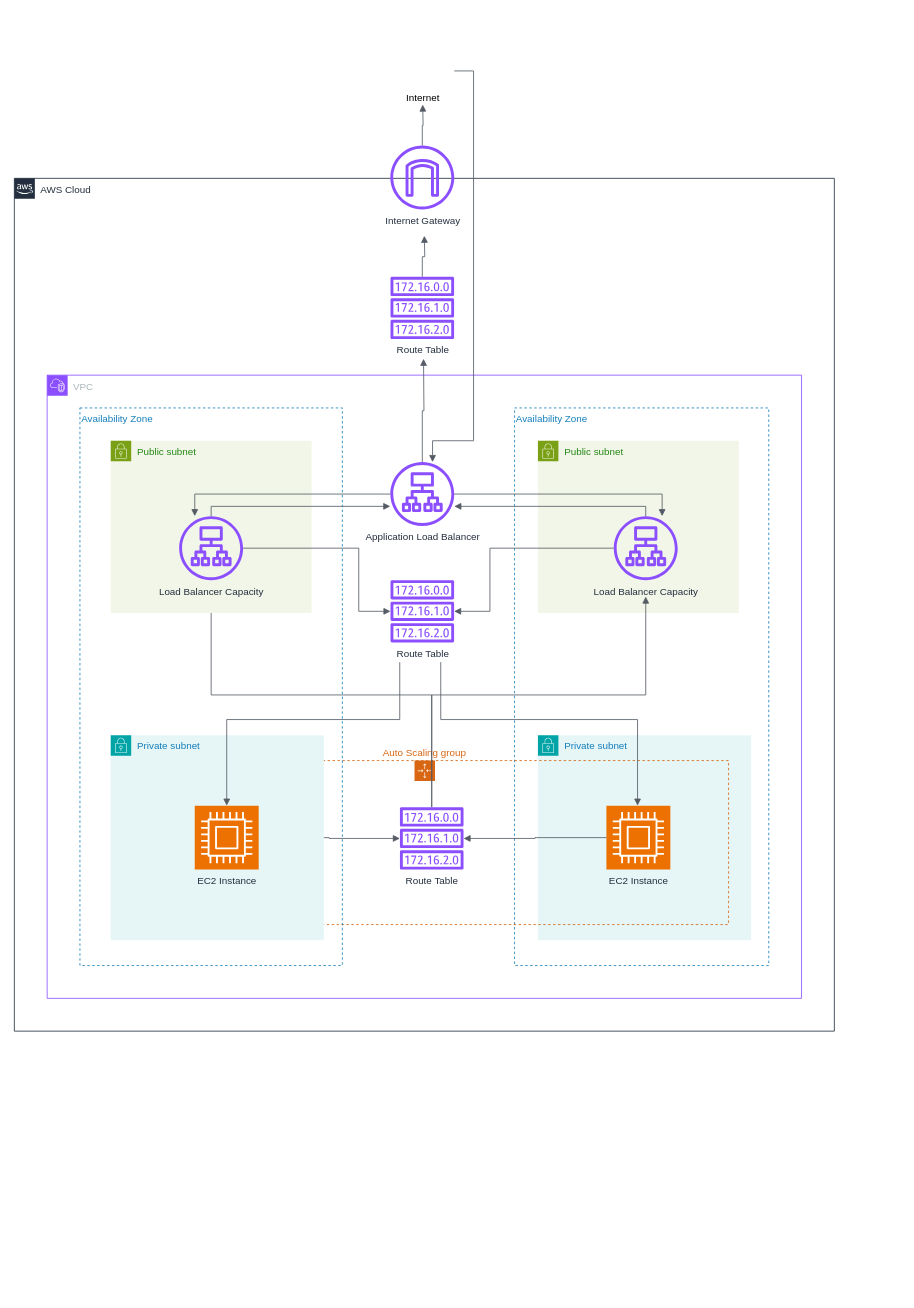
Earlier version of the draw.io diagram asg.drawio (ianlshaw/devops-showcase). Source tidied: cells renumbered, new cells numbered last; positions are measured from the earlier drawing's top-left corner, leaving out a move shared by most shapes. Both pictures are drawn from the tidied source at 82%, with x=0, y=0 at pixel (14, 22).
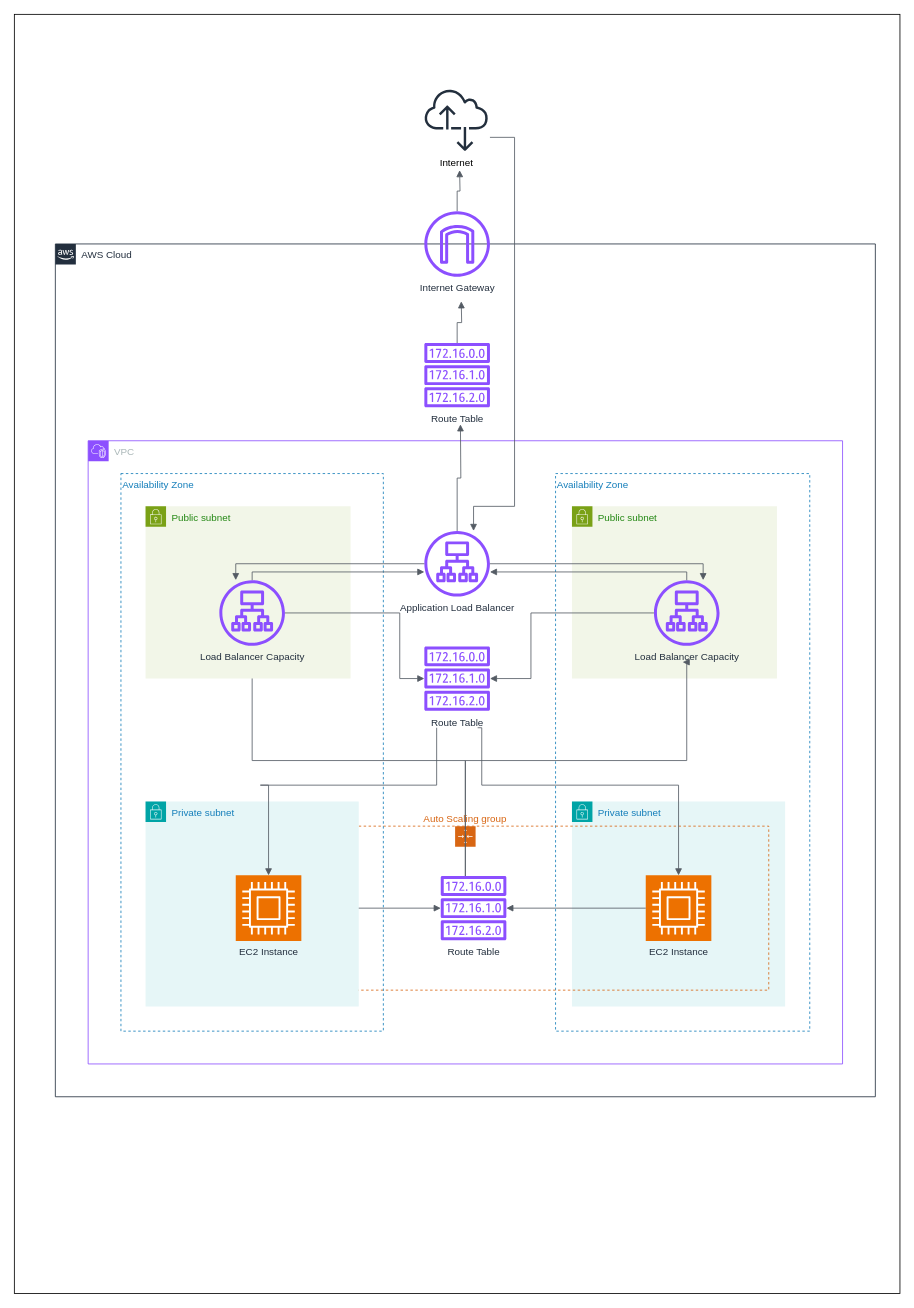
The same page after the edit.

What changed in the source:
```diff
@@
-<mxGraphModel background="light-dark(#FFFFFF,#F4F4F4)">
+<mxGraphModel background="light-dark(#FFFFFF,#D5D5D5)">
@@
+    <mxCell id="37" style="rounded=0;whiteSpace=wrap;html=1;fillColor=light-dark(#FFFFFF,#FFFFFF);" parent="1" vertex="1">
+      <mxGeometry y="-10" width="1080" height="1560" as="geometry" />
+    </mxCell>
     <mxCell id="2" value="Availability Zone" style="fillColor=none;strokeColor=#147EBA;dashed=1;verticalAlign=top;fontStyle=0;fontColor=#147EBA;whiteSpace=wrap;html=1;align=left;" parent="1" vertex="1">
-      <mxGeometry x="610" y="470" width="310" height="680" as="geometry" />
+      <mxGeometry x="660" y="550" width="310" height="680" as="geometry" />
     </mxCell>
     <mxCell id="3" value="AWS Cloud" style="gradientColor=none;html=1;whiteSpace=wrap;fontSize=12;fontStyle=0;shape=mxgraph.aws4.group;grIcon=mxgraph.aws4.group_aws_cloud_alt;strokeColor=light-dark(#232F3E,#2E3034);fillColor=none;verticalAlign=top;align=left;spacingLeft=30;fontColor=light-dark(#232F3E,#060606);dashed=0;" parent="1" vertex="1">
-      <mxGeometry y="190" width="1000" height="1040" as="geometry" />
+      <mxGeometry x="50" y="270" width="1000" height="1040" as="geometry" />
     </mxCell>
-    <mxCell id="4" value="Internet" style="sketch=0;outlineConnect=0;dashed=0;verticalLabelPosition=bottom;verticalAlign=top;align=center;html=1;fontSize=12;fontStyle=0;shape=mxgraph.aws4.internet_alt2;fontColor=light-dark(#000000,#060606);" parent="1" vertex="1">
-      <mxGeometry x="458.5" width="78" height="78" as="geometry" />
-    </mxCell>
     <mxCell id="5" value="VPC" style="gradientColor=none;html=1;whiteSpace=wrap;fontSize=12;fontStyle=0;shape=mxgraph.aws4.group;grIcon=mxgraph.aws4.group_vpc2;strokeColor=#8C4FFF;fillColor=none;verticalAlign=top;align=left;spacingLeft=30;fontColor=#AAB7B8;dashed=0;" parent="1" vertex="1">
-      <mxGeometry x="40" y="430" width="920" height="760" as="geometry" />
+      <mxGeometry x="90" y="510" width="920" height="760" as="geometry" />
     </mxCell>
     <mxCell id="6" value="Private subnet" style="gradientColor=none;html=1;whiteSpace=wrap;fontSize=12;fontStyle=0;shape=mxgraph.aws4.group;grIcon=mxgraph.aws4.group_security_group;grStroke=0;strokeColor=#00A4A6;fillColor=#E6F6F7;verticalAlign=top;align=left;spacingLeft=30;fontColor=#147EBA;dashed=0;" parent="1" vertex="1">
-      <mxGeometry x="638.5" y="869" width="260" height="250" as="geometry" />
+      <mxGeometry x="680" y="950" width="260" height="250" as="geometry" />
     </mxCell>
     <mxCell id="7" value="Auto Scaling group" style="gradientColor=none;html=1;whiteSpace=wrap;fontSize=12;fontStyle=0;shape=mxgraph.aws4.groupCenter;grIcon=mxgraph.aws4.group_auto_scaling_group;grStroke=1;strokeColor=#D86613;fillColor=none;verticalAlign=bottom;align=center;fontColor=#D86613;dashed=1;spacingTop=25;labelPosition=center;verticalLabelPosition=top;" parent="1" vertex="1">
-      <mxGeometry x="130" y="900" width="741" height="200" as="geometry" />
+      <mxGeometry x="180" y="980" width="740" height="200" as="geometry" />
     </mxCell>
     <mxCell id="8" value="Public subnet" style="gradientColor=none;html=1;whiteSpace=wrap;fontSize=12;fontStyle=0;shape=mxgraph.aws4.group;grIcon=mxgraph.aws4.group_security_group;grStroke=0;strokeColor=#7AA116;fillColor=#F2F6E8;verticalAlign=top;align=left;spacingLeft=30;fontColor=#248814;dashed=0;" parent="1" vertex="1">
-      <mxGeometry x="638.5" y="510" width="245" height="210" as="geometry" />
+      <mxGeometry x="680" y="590" width="250" height="210" as="geometry" />
     </mxCell>
     <mxCell id="9" value="Route Table" style="sketch=0;outlineConnect=0;fontColor=light-dark(#232F3E,#010101);gradientColor=none;fillColor=#8C4FFF;strokeColor=none;dashed=0;verticalLabelPosition=bottom;verticalAlign=top;align=center;html=1;fontSize=12;fontStyle=0;shape=mxgraph.aws4.route_table;" parent="1" vertex="1">
-      <mxGeometry x="458.5" y="310" width="78" height="76" as="geometry" />
+      <mxGeometry x="500" y="390" width="80" height="80" as="geometry" />
     </mxCell>
     <mxCell id="10" style="edgeStyle=orthogonalEdgeStyle;html=1;endArrow=none;elbow=vertical;startArrow=block;startFill=1;strokeColor=light-dark(#545B64,#DD0505);rounded=0;" parent="1" edge="1" target="22">
       <mxGeometry relative="1" as="geometry">
-        <mxPoint x="498" y="100" as="sourcePoint" />
+        <mxPoint x="543" y="180" as="sourcePoint" />
       </mxGeometry>
     </mxCell>
     <mxCell id="11" style="edgeStyle=orthogonalEdgeStyle;html=1;endArrow=block;elbow=vertical;startArrow=none;endFill=1;strokeColor=light-dark(#545B64,#DD0505);rounded=0;" parent="1" edge="1" source="9">
       <mxGeometry relative="1" as="geometry">
-        <mxPoint x="500" y="260" as="targetPoint" />
+        <mxPoint x="545" y="340" as="targetPoint" />
       </mxGeometry>
     </mxCell>
     <mxCell id="12" style="edgeStyle=orthogonalEdgeStyle;html=1;endArrow=none;elbow=vertical;startArrow=block;startFill=1;strokeColor=light-dark(#545B64,#DD0505);rounded=0;" parent="1" edge="1" target="24">
       <mxGeometry relative="1" as="geometry">
-        <mxPoint x="499" y="410" as="sourcePoint" />
+        <mxPoint x="544" y="490" as="sourcePoint" />
       </mxGeometry>
     </mxCell>
-    <mxCell id="13" style="edgeStyle=orthogonalEdgeStyle;html=1;endArrow=none;elbow=vertical;startArrow=block;startFill=1;strokeColor=light-dark(#545B64,#000BA8);rounded=0;" parent="1" edge="1" source="24" target="4">
+    <mxCell id="13" style="edgeStyle=orthogonalEdgeStyle;html=1;endArrow=none;elbow=vertical;startArrow=block;startFill=1;strokeColor=light-dark(#545B64,#000BA8);rounded=0;" parent="1" edge="1" source="24">
       <mxGeometry relative="1" as="geometry">
+        <mxPoint x="580" y="140" as="targetPoint" />
         <Array as="points">
-          <mxPoint x="510" y="510" />
-          <mxPoint x="560" y="510" />
-          <mxPoint x="560" y="59" />
+          <mxPoint x="560" y="590" />
+          <mxPoint x="610" y="590" />
+          <mxPoint x="610" y="140" />
         </Array>
       </mxGeometry>
     </mxCell>
     <mxCell id="14" style="edgeStyle=orthogonalEdgeStyle;html=1;endArrow=none;elbow=vertical;startArrow=block;startFill=1;strokeColor=light-dark(#545B64,#023DDF);rounded=0;" parent="1" edge="1" source="15" target="24">
       <mxGeometry relative="1" as="geometry">
         <Array as="points">
-          <mxPoint x="790" y="575" />
+          <mxPoint x="840" y="660" />
         </Array>
       </mxGeometry>
     </mxCell>
     <mxCell id="15" value="Load Balancer Capacity" style="sketch=0;outlineConnect=0;fontColor=light-dark(#232F3E,#000000);gradientColor=none;fillColor=#8C4FFF;strokeColor=none;dashed=0;verticalLabelPosition=bottom;verticalAlign=top;align=center;html=1;fontSize=12;fontStyle=0;shape=mxgraph.aws4.application_load_balancer;" parent="1" vertex="1">
-      <mxGeometry x="731" y="602" width="78" height="78" as="geometry" />
+      <mxGeometry x="780" y="680" width="80" height="80" as="geometry" />
     </mxCell>
     <mxCell id="16" style="edgeStyle=orthogonalEdgeStyle;html=1;endArrow=none;elbow=vertical;startArrow=block;startFill=1;strokeColor=light-dark(#545B64,#DA120C);rounded=0;" parent="1" edge="1" source="24" target="15">
       <mxGeometry relative="1" as="geometry">
         <Array as="points">
-          <mxPoint x="770" y="590" />
+          <mxPoint x="820" y="670" />
         </Array>
       </mxGeometry>
     </mxCell>
     <mxCell id="17" style="edgeStyle=orthogonalEdgeStyle;html=1;endArrow=none;elbow=vertical;startArrow=block;startFill=1;strokeColor=light-dark(#545B64,#0071D5);rounded=0;" parent="1" edge="1" source="23" target="15">
       <mxGeometry relative="1" as="geometry">
         <Array as="points">
-          <mxPoint x="580" y="718" />
-          <mxPoint x="580" y="641" />
+          <mxPoint x="630" y="800" />
+          <mxPoint x="630" y="720" />
         </Array>
       </mxGeometry>
     </mxCell>
@@
     <mxCell id="19" style="edgeStyle=orthogonalEdgeStyle;html=1;endArrow=none;elbow=vertical;startArrow=block;startFill=1;strokeColor=light-dark(#545B64,#0209D5);rounded=0;" parent="1" edge="1" source="35">
       <mxGeometry relative="1" as="geometry">
-        <mxPoint x="520" y="780" as="targetPoint" />
+        <mxPoint x="565" y="860" as="targetPoint" />
         <Array as="points">
-          <mxPoint x="760" y="850" />
-          <mxPoint x="520" y="850" />
+          <mxPoint x="810" y="930" />
+          <mxPoint x="570" y="930" />
         </Array>
       </mxGeometry>
     </mxCell>
     <mxCell id="20" style="edgeStyle=orthogonalEdgeStyle;html=1;endArrow=none;elbow=vertical;startArrow=block;startFill=1;strokeColor=light-dark(#545B64,#EE391B);rounded=0;" parent="1" edge="1" target="34">
       <mxGeometry relative="1" as="geometry">
-        <mxPoint x="240" y="700" as="sourcePoint" />
+        <mxPoint x="285" y="780" as="sourcePoint" />
         <Array as="points">
-          <mxPoint x="240" y="820" />
-          <mxPoint x="509" y="820" />
+          <mxPoint x="290" y="900" />
+          <mxPoint x="550" y="900" />
         </Array>
       </mxGeometry>
     </mxCell>
     <mxCell id="21" style="edgeStyle=orthogonalEdgeStyle;html=1;endArrow=none;elbow=vertical;startArrow=block;startFill=1;strokeColor=light-dark(#545B64,#EE391B);rounded=0;" parent="1" edge="1" target="34">
       <mxGeometry relative="1" as="geometry">
-        <mxPoint x="770" y="700" as="sourcePoint" />
+        <mxPoint x="815" y="780" as="sourcePoint" />
         <Array as="points">
-          <mxPoint x="770" y="820" />
-          <mxPoint x="509" y="820" />
+          <mxPoint x="820" y="900" />
+          <mxPoint x="550" y="900" />
         </Array>
       </mxGeometry>
     </mxCell>
     <mxCell id="22" value="Internet Gateway" style="sketch=0;outlineConnect=0;fontColor=light-dark(#232F3E,#000000);gradientColor=none;fillColor=#8C4FFF;strokeColor=none;dashed=0;verticalLabelPosition=bottom;verticalAlign=top;align=center;html=1;fontSize=12;fontStyle=0;shape=mxgraph.aws4.internet_gateway;" parent="1" vertex="1">
-      <mxGeometry x="458.5" y="150" width="78" height="78" as="geometry" />
+      <mxGeometry x="500" y="230" width="80" height="80" as="geometry" />
     </mxCell>
     <mxCell id="23" value="Route Table" style="sketch=0;outlineConnect=0;fontColor=light-dark(#232F3E,#000000);gradientColor=none;fillColor=#8C4FFF;strokeColor=none;dashed=0;verticalLabelPosition=bottom;verticalAlign=top;align=center;html=1;fontSize=12;fontStyle=0;shape=mxgraph.aws4.route_table;" parent="1" vertex="1">
-      <mxGeometry x="458.5" y="680" width="78" height="76" as="geometry" />
+      <mxGeometry x="500" y="760" width="80" height="80" as="geometry" />
     </mxCell>
     <mxCell id="24" value="Application Load Balancer" style="sketch=0;outlineConnect=0;fontColor=light-dark(#232F3E,#000000);gradientColor=none;fillColor=#8C4FFF;strokeColor=none;dashed=0;verticalLabelPosition=bottom;verticalAlign=top;align=center;html=1;fontSize=12;fontStyle=0;shape=mxgraph.aws4.application_load_balancer;" parent="1" vertex="1">
-      <mxGeometry x="458.5" y="536" width="78" height="78" as="geometry" />
+      <mxGeometry x="500" y="620" width="80" height="80" as="geometry" />
     </mxCell>
     <mxCell id="25" value="Availability Zone" style="fillColor=none;strokeColor=#147EBA;dashed=1;verticalAlign=top;fontStyle=0;fontColor=#147EBA;whiteSpace=wrap;html=1;align=left;" parent="1" vertex="1">
-      <mxGeometry x="80" y="470" width="320" height="680" as="geometry" />
+      <mxGeometry x="130" y="550" width="320" height="680" as="geometry" />
     </mxCell>
     <mxCell id="26" value="Public subnet" style="gradientColor=none;html=1;whiteSpace=wrap;fontSize=12;fontStyle=0;shape=mxgraph.aws4.group;grIcon=mxgraph.aws4.group_security_group;grStroke=0;strokeColor=#7AA116;fillColor=#F2F6E8;verticalAlign=top;align=left;spacingLeft=30;fontColor=#248814;dashed=0;" parent="1" vertex="1">
-      <mxGeometry x="117.5" y="510" width="245" height="210" as="geometry" />
+      <mxGeometry x="160" y="590" width="250" height="210" as="geometry" />
     </mxCell>
     <mxCell id="27" value="Private subnet" style="gradientColor=none;html=1;whiteSpace=wrap;fontSize=12;fontStyle=0;shape=mxgraph.aws4.group;grIcon=mxgraph.aws4.group_security_group;grStroke=0;strokeColor=#00A4A6;fillColor=#E6F6F7;verticalAlign=top;align=left;spacingLeft=30;fontColor=#147EBA;dashed=0;" parent="1" vertex="1">
-      <mxGeometry x="117.5" y="869" width="260" height="250" as="geometry" />
+      <mxGeometry x="160" y="950" width="260" height="250" as="geometry" />
     </mxCell>
     <mxCell id="28" style="edgeStyle=orthogonalEdgeStyle;html=1;endArrow=none;elbow=vertical;startArrow=block;startFill=1;strokeColor=light-dark(#545B64,#023DDF);rounded=0;" parent="1" edge="1" source="29" target="24">
       <mxGeometry relative="1" as="geometry">
         <Array as="points">
-          <mxPoint x="220" y="575" />
+          <mxPoint x="270" y="660" />
         </Array>
       </mxGeometry>
     </mxCell>
     <mxCell id="29" value="Load Balancer Capacity" style="sketch=0;outlineConnect=0;fontColor=light-dark(#232F3E,#000000);gradientColor=none;fillColor=#8C4FFF;strokeColor=none;dashed=0;verticalLabelPosition=bottom;verticalAlign=top;align=center;html=1;fontSize=12;fontStyle=0;shape=mxgraph.aws4.application_load_balancer;" parent="1" vertex="1">
-      <mxGeometry x="201" y="602" width="78" height="78" as="geometry" />
+      <mxGeometry x="250" y="680" width="80" height="80" as="geometry" />
     </mxCell>
     <mxCell id="30" style="edgeStyle=orthogonalEdgeStyle;html=1;endArrow=none;elbow=vertical;startArrow=block;startFill=1;strokeColor=light-dark(#545B64,#DA120C);rounded=0;" parent="1" edge="1" source="24" target="29">
       <mxGeometry relative="1" as="geometry">
         <Array as="points">
-          <mxPoint x="240" y="590" />
+          <mxPoint x="290" y="670" />
         </Array>
       </mxGeometry>
     </mxCell>
     <mxCell id="31" style="edgeStyle=orthogonalEdgeStyle;html=1;endArrow=none;elbow=vertical;startArrow=block;startFill=1;strokeColor=light-dark(#545B64,#0071D5);rounded=0;" parent="1" edge="1" source="23" target="29">
       <mxGeometry relative="1" as="geometry">
         <Array as="points">
-          <mxPoint x="420" y="718" />
-          <mxPoint x="420" y="641" />
+          <mxPoint x="470" y="800" />
+          <mxPoint x="470" y="720" />
         </Array>
       </mxGeometry>
     </mxCell>
     <mxCell id="32" value="EC2 Instance" style="sketch=0;points=[[0,0,0],[0.25,0,0],[0.5,0,0],[0.75,0,0],[1,0,0],[0,1,0],[0.25,1,0],[0.5,1,0],[0.75,1,0],[1,1,0],[0,0.25,0],[0,0.5,0],[0,0.75,0],[1,0.25,0],[1,0.5,0],[1,0.75,0]];outlineConnect=0;fontColor=light-dark(#232F3E,#000000);fillColor=#ED7100;strokeColor=#ffffff;dashed=0;verticalLabelPosition=bottom;verticalAlign=top;align=center;html=1;fontSize=12;fontStyle=0;shape=mxgraph.aws4.resourceIcon;resIcon=mxgraph.aws4.compute;" parent="1" vertex="1">
-      <mxGeometry x="220" y="955" width="78" height="78" as="geometry" />
+      <mxGeometry x="270" y="1040" width="80" height="80" as="geometry" />
     </mxCell>
     <mxCell id="33" style="edgeStyle=orthogonalEdgeStyle;html=1;endArrow=none;elbow=vertical;startArrow=block;startFill=1;strokeColor=light-dark(#545B64,#0209D5);rounded=0;exitX=0.5;exitY=0;exitDx=0;exitDy=0;exitPerimeter=0;" parent="1" edge="1" source="32">
       <mxGeometry relative="1" as="geometry">
-        <mxPoint x="470" y="780" as="targetPoint" />
+        <mxPoint x="515" y="860" as="targetPoint" />
         <Array as="points">
-          <mxPoint x="259" y="850" />
-          <mxPoint x="470" y="850" />
+          <mxPoint x="300" y="930" />
+          <mxPoint x="520" y="930" />
         </Array>
       </mxGeometry>
     </mxCell>
     <mxCell id="34" value="Route Table" style="sketch=0;outlineConnect=0;fontColor=light-dark(#232F3E,#010101);gradientColor=none;fillColor=#8C4FFF;strokeColor=none;dashed=0;verticalLabelPosition=bottom;verticalAlign=top;align=center;html=1;fontSize=12;fontStyle=0;shape=mxgraph.aws4.route_table;" parent="1" vertex="1">
-      <mxGeometry x="470" y="957" width="78" height="76" as="geometry" />
+      <mxGeometry x="520" y="1040" width="80" height="80" as="geometry" />
     </mxCell>
     <mxCell id="35" value="EC2 Instance" style="sketch=0;points=[[0,0,0],[0.25,0,0],[0.5,0,0],[0.75,0,0],[1,0,0],[0,1,0],[0.25,1,0],[0.5,1,0],[0.75,1,0],[1,1,0],[0,0.25,0],[0,0.5,0],[0,0.75,0],[1,0.25,0],[1,0.5,0],[1,0.75,0]];outlineConnect=0;fontColor=light-dark(#232F3E,#000000);fillColor=#ED7100;strokeColor=#ffffff;dashed=0;verticalLabelPosition=bottom;verticalAlign=top;align=center;html=1;fontSize=12;fontStyle=0;shape=mxgraph.aws4.resourceIcon;resIcon=mxgraph.aws4.compute;" parent="1" vertex="1">
-      <mxGeometry x="722" y="955" width="78" height="78" as="geometry" />
+      <mxGeometry x="770" y="1040" width="80" height="80" as="geometry" />
     </mxCell>
@@
+    <mxCell id="4" value="Internet" style="sketch=0;outlineConnect=0;fontColor=light-dark(#000000,#000000);gradientColor=none;fillColor=#232F3D;strokeColor=none;dashed=0;verticalLabelPosition=bottom;verticalAlign=top;align=center;html=1;fontSize=12;fontStyle=0;shape=mxgraph.aws4.internet_alt2;" parent="1" vertex="1">
+      <mxGeometry x="500" y="80" width="78" height="78" as="geometry" />
+    </mxCell>
```
